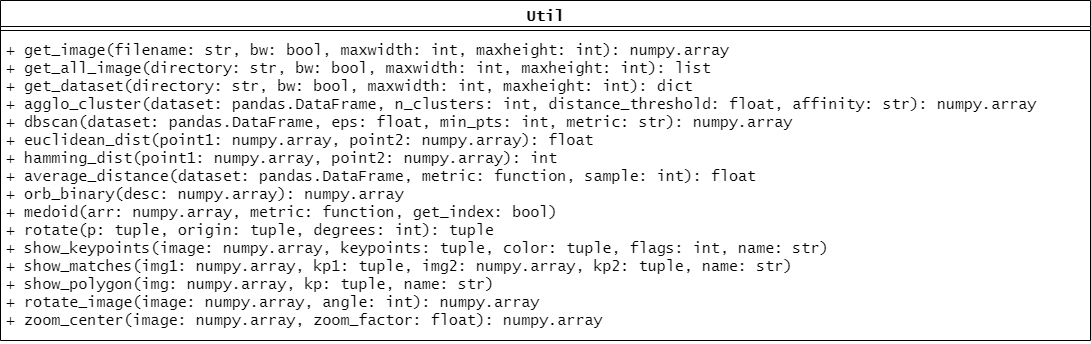
gianmartind/Skripsi-6181801015 keeps this draw.io diagram as Gambar/util_class.png. Above is the earlier version. Source tidied: cells renumbered, new cells last; positions are measured from the earlier drawing's top-left corner, leaving out a move shared by most shapes. Its diagram source:
```xml
<mxGraphModel>
  <root>
    <mxCell id="0" />
    <mxCell id="1" parent="0" />
    <mxCell id="2" value="Util" style="swimlane;fontStyle=1;align=center;verticalAlign=top;horizontal=1;startSize=26;fontSize=15;fontFamily=Lucida Console;" parent="1" vertex="1">
      <mxGeometry width="1090" height="340" as="geometry" />
    </mxCell>
    <mxCell id="3" style="line;strokeWidth=1;fillColor=none;align=left;verticalAlign=middle;spacingTop=-1;spacingLeft=3;spacingRight=3;labelPosition=right;" parent="2" vertex="1">
      <mxGeometry y="26" width="1090" height="8" as="geometry" />
    </mxCell>
    <mxCell id="4" value="+ get_image(filename: str, bw: bool, maxwidth: int, maxheight: int): numpy.array&#10;+ get_all_image(directory: str, bw: bool, maxwidth: int, maxheight: int): list&#10;+ get_dataset(directory: str, bw: bool, maxwidth: int, maxheight: int): dict&#10;+ agglo_cluster(dataset: pandas.DataFrame, n_clusters: int, distance_threshold: float, affinity: str): numpy.array&#10;+ dbscan(dataset: pandas.DataFrame, eps: float, min_pts: int, metric: str): numpy.array&#10;+ euclidean_dist(point1: numpy.array, point2: numpy.array): float&#10;+ hamming_dist(point1: numpy.array, point2: numpy.array): int&#10;+ average_distance(dataset: pandas.DataFrame, metric: function, sample: int): float&#10;+ orb_binary(desc: numpy.array): numpy.array&#10;+ medoid(arr: numpy.array, metric: function, get_index: bool)&#10;+ rotate(p: tuple, origin: tuple, degrees: int): tuple&#10;+ show_keypoints(image: numpy.array, keypoints: tuple, color: tuple, flags: int, name: str)&#10;+ show_matches(img1: numpy.array, kp1: tuple, img2: numpy.array, kp2: tuple, name: str)&#10;+ show_polygon(img: numpy.array, kp: tuple, name: str)&#10;+ rotate_image(image: numpy.array, angle: int): numpy.array&#10;+ zoom_center(image: numpy.array, zoom_factor: float): numpy.array&#10;" style="text;strokeColor=none;fillColor=none;align=left;verticalAlign=top;spacingLeft=4;spacingRight=4;overflow=hidden;fontSize=15;fontFamily=Lucida Console;" parent="2" vertex="1">
      <mxGeometry y="34" width="1090" height="306" as="geometry" />
    </mxCell>
  </root>
</mxGraphModel>
```
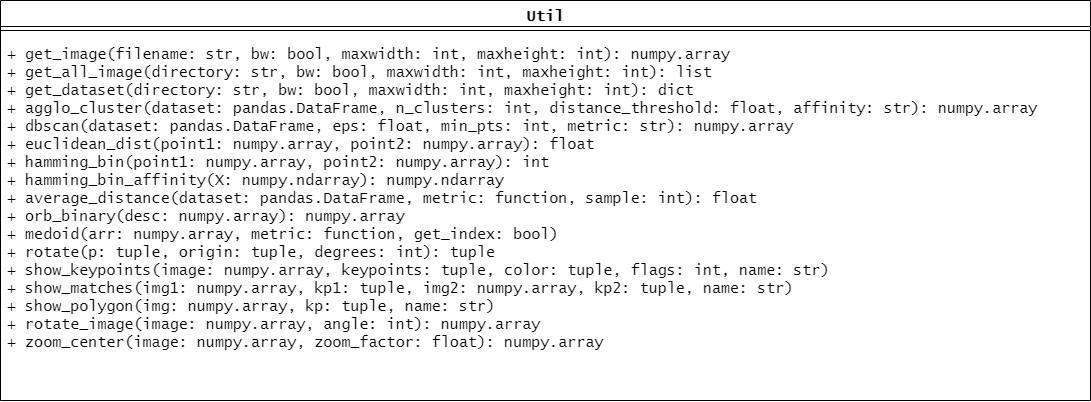
After the commit.

What changed in the source:
```diff
@@ -3,13 +3,13 @@
     <mxCell id="0" />
     <mxCell id="1" parent="0" />
     <mxCell id="2" value="Util" style="swimlane;fontStyle=1;align=center;verticalAlign=top;horizontal=1;startSize=26;fontSize=15;fontFamily=Lucida Console;" parent="1" vertex="1">
-      <mxGeometry width="1090" height="340" as="geometry" />
+      <mxGeometry width="1090" height="400" as="geometry" />
     </mxCell>
     <mxCell id="3" style="line;strokeWidth=1;fillColor=none;align=left;verticalAlign=middle;spacingTop=-1;spacingLeft=3;spacingRight=3;labelPosition=right;" parent="2" vertex="1">
       <mxGeometry y="26" width="1090" height="8" as="geometry" />
     </mxCell>
-    <mxCell id="4" value="+ get_image(filename: str, bw: bool, maxwidth: int, maxheight: int): numpy.array&#10;+ get_all_image(directory: str, bw: bool, maxwidth: int, maxheight: int): list&#10;+ get_dataset(directory: str, bw: bool, maxwidth: int, maxheight: int): dict&#10;+ agglo_cluster(dataset: pandas.DataFrame, n_clusters: int, distance_threshold: float, affinity: str): numpy.array&#10;+ dbscan(dataset: pandas.DataFrame, eps: float, min_pts: int, metric: str): numpy.array&#10;+ euclidean_dist(point1: numpy.array, point2: numpy.array): float&#10;+ hamming_dist(point1: numpy.array, point2: numpy.array): int&#10;+ average_distance(dataset: pandas.DataFrame, metric: function, sample: int): float&#10;+ orb_binary(desc: numpy.array): numpy.array&#10;+ medoid(arr: numpy.array, metric: function, get_index: bool)&#10;+ rotate(p: tuple, origin: tuple, degrees: int): tuple&#10;+ show_keypoints(image: numpy.array, keypoints: tuple, color: tuple, flags: int, name: str)&#10;+ show_matches(img1: numpy.array, kp1: tuple, img2: numpy.array, kp2: tuple, name: str)&#10;+ show_polygon(img: numpy.array, kp: tuple, name: str)&#10;+ rotate_image(image: numpy.array, angle: int): numpy.array&#10;+ zoom_center(image: numpy.array, zoom_factor: float): numpy.array&#10;" style="text;strokeColor=none;fillColor=none;align=left;verticalAlign=top;spacingLeft=4;spacingRight=4;overflow=hidden;fontSize=15;fontFamily=Lucida Console;" parent="2" vertex="1">
-      <mxGeometry y="34" width="1090" height="306" as="geometry" />
+    <mxCell id="4" value="+ get_image(filename: str, bw: bool, maxwidth: int, maxheight: int): numpy.array&#10;+ get_all_image(directory: str, bw: bool, maxwidth: int, maxheight: int): list&#10;+ get_dataset(directory: str, bw: bool, maxwidth: int, maxheight: int): dict&#10;+ agglo_cluster(dataset: pandas.DataFrame, n_clusters: int, distance_threshold: float, affinity: str): numpy.array&#10;+ dbscan(dataset: pandas.DataFrame, eps: float, min_pts: int, metric: str): numpy.array&#10;+ euclidean_dist(point1: numpy.array, point2: numpy.array): float&#10;+ hamming_bin(point1: numpy.array, point2: numpy.array): int&#10;+ hamming_bin_affinity(X: numpy.ndarray): numpy.ndarray&#10;+ average_distance(dataset: pandas.DataFrame, metric: function, sample: int): float&#10;+ orb_binary(desc: numpy.array): numpy.array&#10;+ medoid(arr: numpy.array, metric: function, get_index: bool)&#10;+ rotate(p: tuple, origin: tuple, degrees: int): tuple&#10;+ show_keypoints(image: numpy.array, keypoints: tuple, color: tuple, flags: int, name: str)&#10;+ show_matches(img1: numpy.array, kp1: tuple, img2: numpy.array, kp2: tuple, name: str)&#10;+ show_polygon(img: numpy.array, kp: tuple, name: str)&#10;+ rotate_image(image: numpy.array, angle: int): numpy.array&#10;+ zoom_center(image: numpy.array, zoom_factor: float): numpy.array&#10;" style="text;strokeColor=none;fillColor=none;align=left;verticalAlign=top;spacingLeft=4;spacingRight=4;overflow=hidden;fontSize=15;fontFamily=Lucida Console;spacingTop=3;spacing=3;spacingBottom=1;" parent="2" vertex="1">
+      <mxGeometry y="34" width="1090" height="366" as="geometry" />
     </mxCell>
   </root>
 </mxGraphModel>
```
